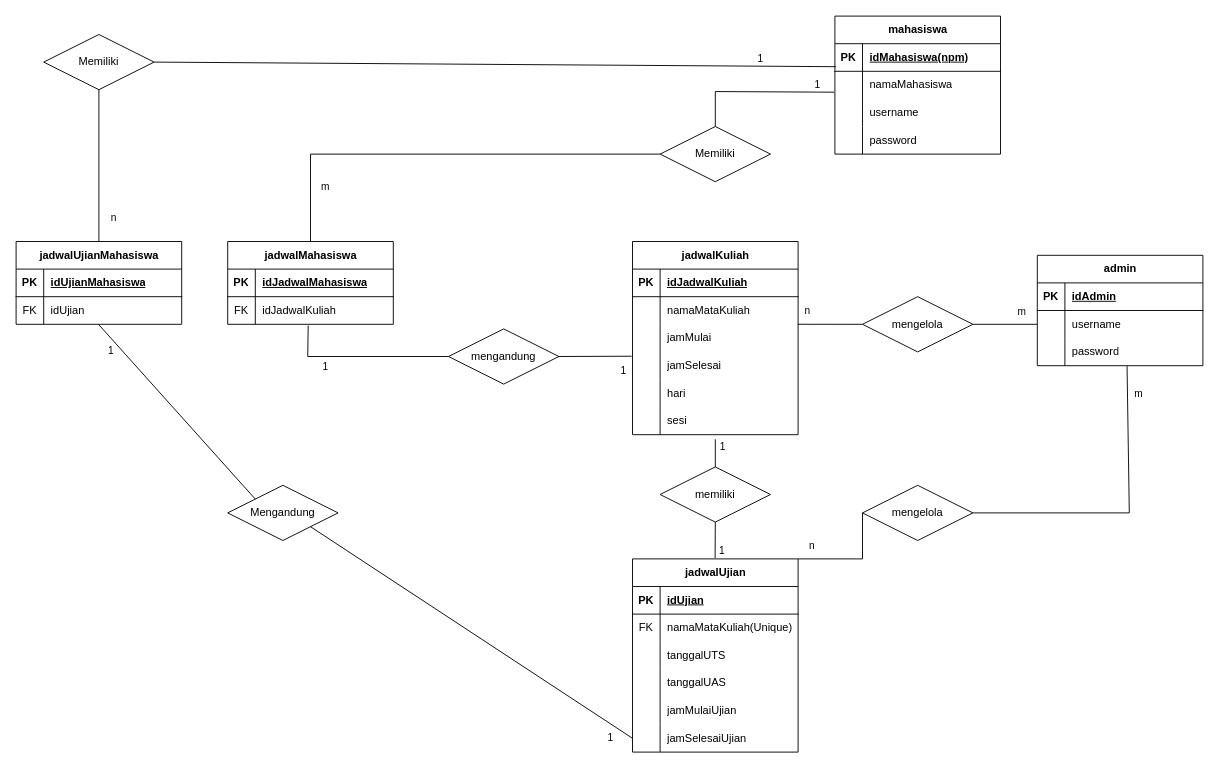
This is diagram/ERD simulasi FRS.drawio from putra443/perangkat-lunak-simulasi-frs, a draw.io file, before an edit. Source tidied: cells renumbered, new cells numbered last; positions are measured from the earlier drawing's top-left corner, leaving out a move shared by most shapes. Both pictures are drawn from the tidied source at 92%, with x=0, y=0 at pixel (16, 16).
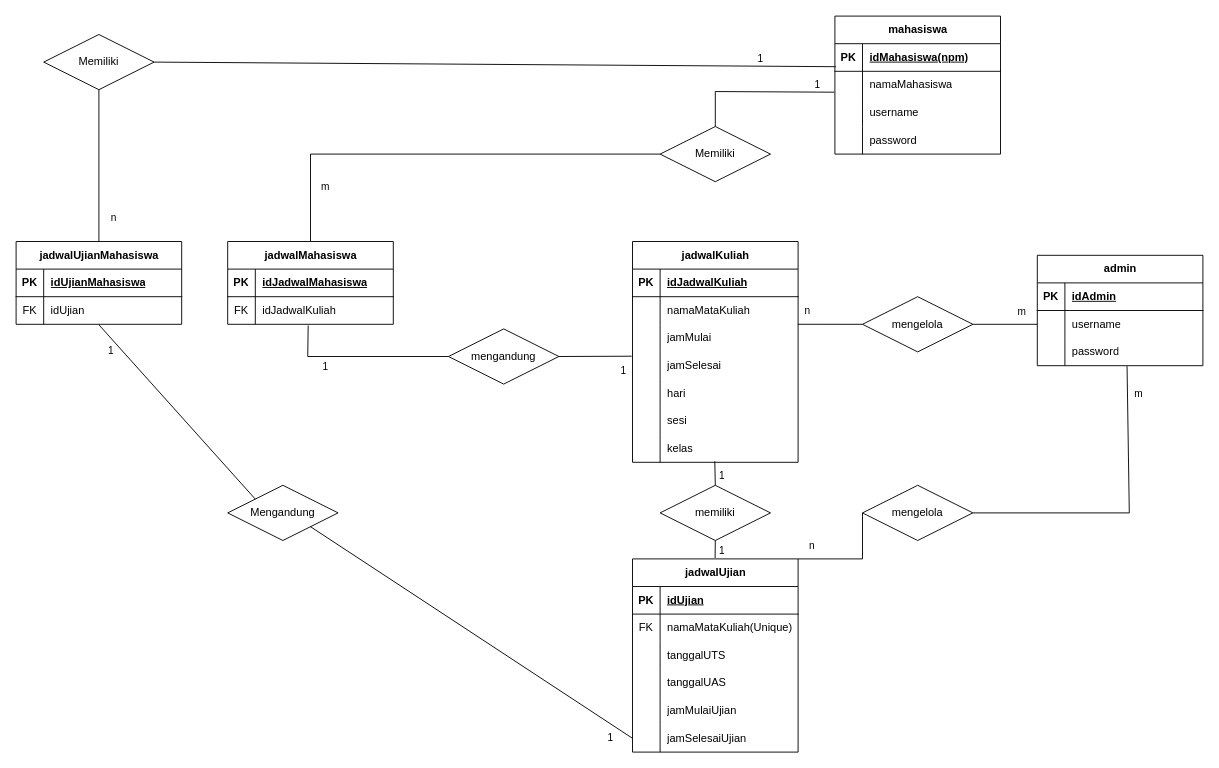
After the change.

Unchanged cells that the change refers to:
```xml
<mxCell id="43" style="endArrow=none;html=1;rounded=0;entryX=0.5;entryY=0;entryDx=0;entryDy=0;exitX=0.5;exitY=1;exitDx=0;exitDy=0;" parent="1" edge="1" source="40">
  <mxGeometry relative="1" as="geometry">
    <mxPoint x="759.8" y="589" as="targetPoint" />
  </mxGeometry>
</mxCell>
```

What changed in the source:
```diff
@@
     <mxCell id="2" value="jadwalKuliah" style="shape=table;startSize=30;childLayout=tableLayout;rowLines=0;fontStyle=1;align=center;html=1;" parent="1" vertex="1">
-      <mxGeometry x="670" y="245" width="180" height="210" as="geometry" />
+      <mxGeometry x="670" y="245" width="180" height="240" as="geometry" />
     </mxCell>
@@
+    <mxCell id="112" style="shape=tableRow;horizontal=0;startSize=0;swimlaneHead=0;swimlaneBody=0;fillColor=none;points=[[0,0.5],[1,0.5]];portConstraint=eastwest;top=0;left=0;right=0;bottom=0;" parent="2" vertex="1">
+      <mxGeometry y="210" width="180" height="30" as="geometry" />
+    </mxCell>
+    <mxCell id="113" style="shape=partialRectangle;fillColor=none;top=0;left=0;bottom=0;right=0;overflow=hidden;whiteSpace=wrap;html=1;" parent="112" vertex="1">
+      <mxGeometry width="30" height="30" as="geometry" />
+    </mxCell>
+    <mxCell id="114" value="kelas" style="shape=partialRectangle;fillColor=none;top=0;left=0;bottom=0;right=0;align=left;spacingLeft=6;overflow=hidden;whiteSpace=wrap;html=1;" parent="112" vertex="1">
+      <mxGeometry x="30" width="150" height="30" as="geometry" />
+    </mxCell>
@@
     <mxCell id="40" value="memiliki" style="shape=rhombus;perimeter=rhombusPerimeter;whiteSpace=wrap;html=1;align=center;" parent="1" vertex="1">
-      <mxGeometry x="700" y="490" width="120" height="60" as="geometry" />
+      <mxGeometry x="700" y="510" width="120" height="60" as="geometry" />
     </mxCell>
-    <mxCell id="41" style="endArrow=none;html=1;rounded=0;entryX=0.5;entryY=0;entryDx=0;entryDy=0;" parent="1" edge="1" target="40">
-      <mxGeometry relative="1" as="geometry">
-        <mxPoint x="760" y="460" as="sourcePoint" />
-      </mxGeometry>
+    <mxCell id="41" style="endArrow=none;html=1;rounded=0;entryX=0.5;entryY=0;entryDx=0;entryDy=0;exitX=0.497;exitY=0.967;exitDx=0;exitDy=0;exitPerimeter=0;" parent="1" edge="1" source="112" target="40">
+      <mxGeometry relative="1" as="geometry" />
     </mxCell>
     <mxCell id="42" value="1" style="edgeLabel;html=1;align=center;verticalAlign=middle;" parent="41" vertex="1">
       <mxGeometry x="-0.83" y="1" relative="1" as="geometry">
-        <mxPoint x="6" y="4" as="offset" />
+        <mxPoint x="6" y="14" as="offset" />
       </mxGeometry>
     </mxCell>
@@
     <mxCell id="44" value="1" style="edgeLabel;html=1;align=center;verticalAlign=middle;" parent="43" vertex="1">
       <mxGeometry x="-0.83" y="1" relative="1" as="geometry">
-        <mxPoint x="6" y="27" as="offset" />
+        <mxPoint x="6" y="8" as="offset" />
       </mxGeometry>
     </mxCell>
```
